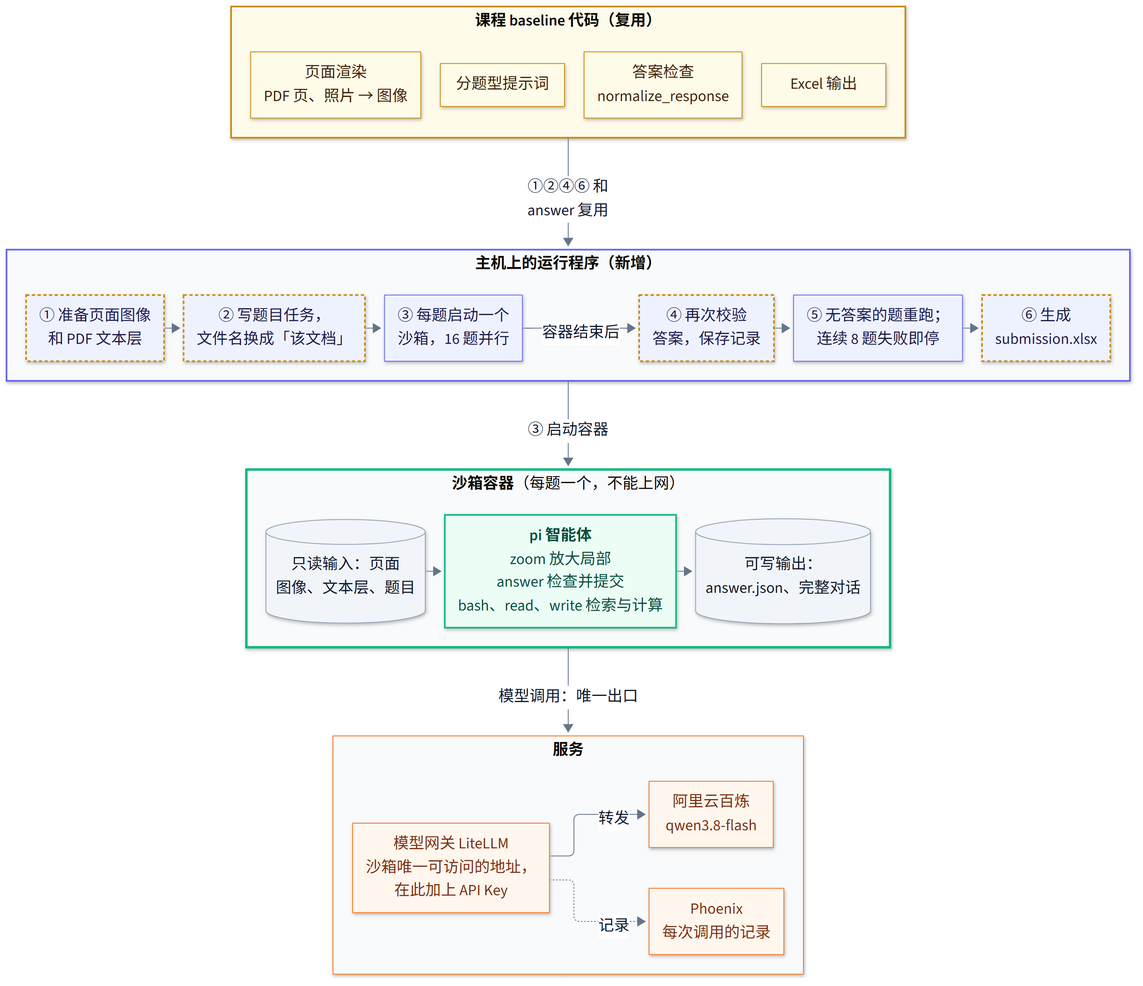
Above: docs/diagrams/zh-architecture.png in eric15342335/AIFep-FDU.github.io (Mermaid), before the change. Its source is kept beside it as docs/diagrams/zh-architecture.mmd.
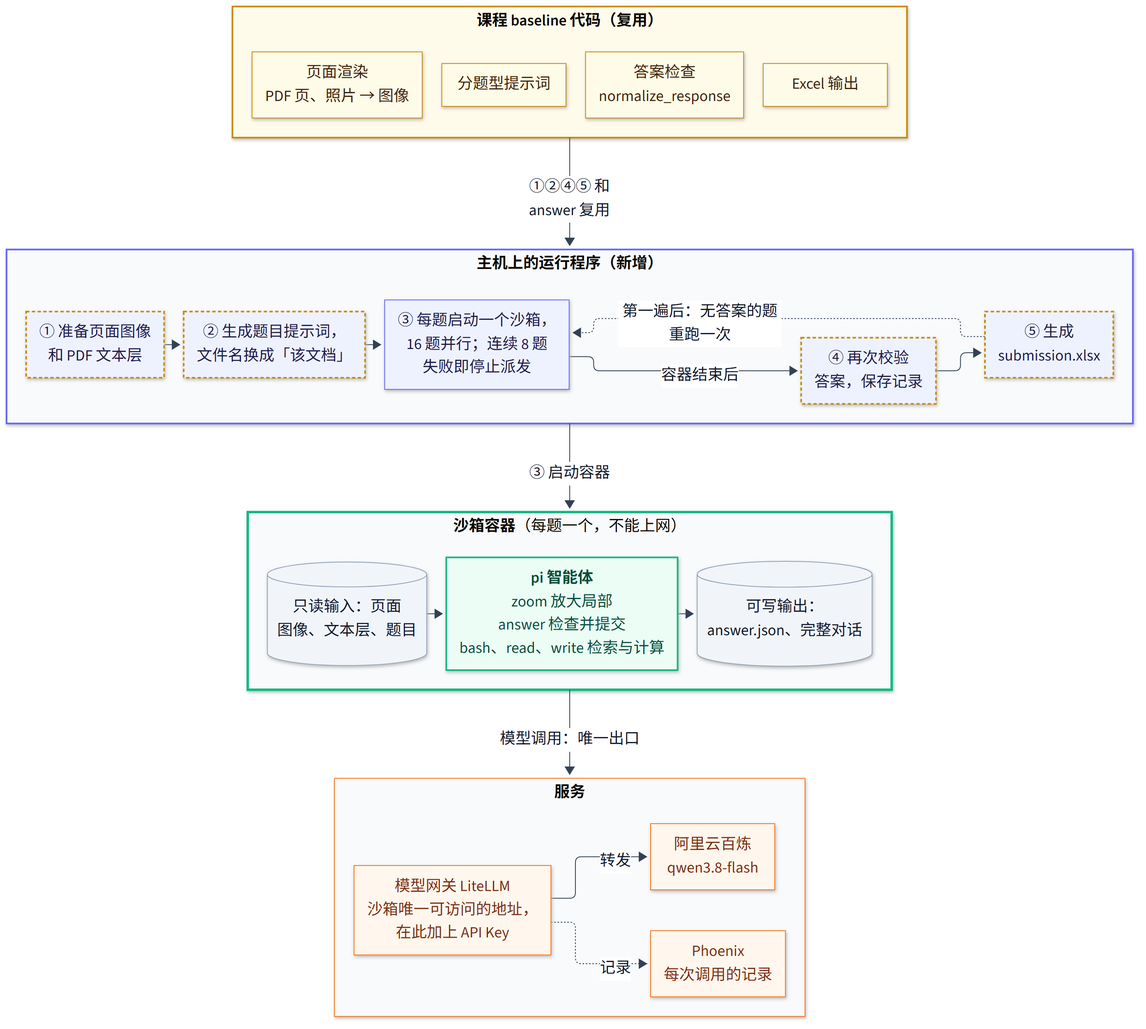
The same file after the commit.

What changed in the source:
```diff
@@ -1,4 +1,4 @@
-%%{init: {"theme": "base", "themeVariables": {"fontSize": "19px", "lineColor": "#64748b", "primaryTextColor": "#0f172a", "edgeLabelBackground": "#ffffff"}, "flowchart": {"nodeSpacing": 18, "rankSpacing": 30, "padding": 10, "wrappingWidth": 300, "subGraphTitleMargin": {"top": 4, "bottom": 10}}}}%%
+%%{init: {"theme": "base", "themeVariables": {"fontSize": "19px", "lineColor": "#334155", "primaryTextColor": "#0f172a", "edgeLabelBackground": "#ffffff"}, "flowchart": {"nodeSpacing": 18, "rankSpacing": 30, "padding": 10, "wrappingWidth": 300, "subGraphTitleMargin": {"top": 4, "bottom": 10}}}}%%
 flowchart TB
     subgraph BASE["<b>课程 baseline 代码（复用）</b>"]
         direction LR
@@ -7,7 +7,8 @@
 
     subgraph HOST["<b>主机上的运行程序（新增）</b>"]
         direction LR
-        prep["① 准备页面图像<br/>和 PDF 文本层"] --> task["② 写题目任务，<br/>文件名换成「该文档」"] --> start["③ 每题启动一个<br/>沙箱，16 题并行"] -- "容器结束后" --> check["④ 再次校验<br/>答案，保存记录"] --> retry["⑤ 无答案的题重跑；<br/>连续 8 题失败即停"] --> out["⑥ 生成<br/>submission.xlsx"]
+        prep["① 准备页面图像<br/>和 PDF 文本层"] --> task["② 生成题目提示词，<br/>文件名换成「该文档」"] --> start["③ 每题启动一个沙箱，<br/>16 题并行；连续 8 题<br/>失败即停止派发"] -- "容器结束后" --> check["④ 再次校验<br/>答案，保存记录"] --> out["⑤ 生成<br/>submission.xlsx"]
+        out -. "第一遍后：无答案的题重跑一次" .-> start
     end
 
     subgraph BOX["<b>沙箱容器</b>（每题一个，不能上网）"]
@@ -21,7 +22,7 @@
         gw -. "记录" .-> trace["Phoenix<br/>每次调用的记录"]
     end
 
-    BASE -- "①②④⑥ 和<br/>answer 复用" --> HOST
+    BASE -- "①②④⑤ 和<br/>answer 复用" --> HOST
     HOST -- "③ 启动容器" --> BOX
     BOX -- "模型调用：唯一出口" --> SVC
 
@@ -32,7 +33,7 @@
     classDef folder fill:#f1f5f9,stroke:#94a3b8,color:#0f172a
     classDef ext fill:#fff7ed,stroke:#f97316,color:#7c2d12
     class render,prompts,checker,writer base
-    class start,retry host
+    class start host
     class prep,task,check,out usesBase
     class agent box
     class input,output folder
```
